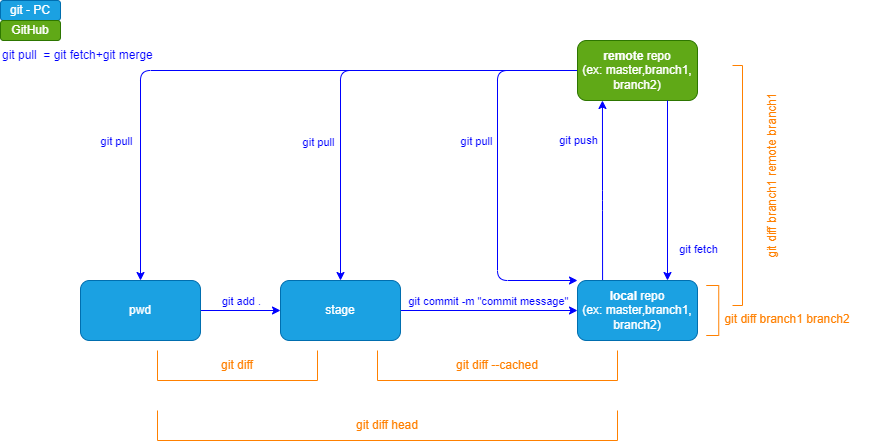
Before: img/workflow-git.drawio.png, a diagram exported from draw.io (rickey-alok/techwriter-go-to-doc). Source tidied: cells renumbered, new cells last; positions are measured from the earlier drawing's top-left corner, leaving out a move shared by most shapes.
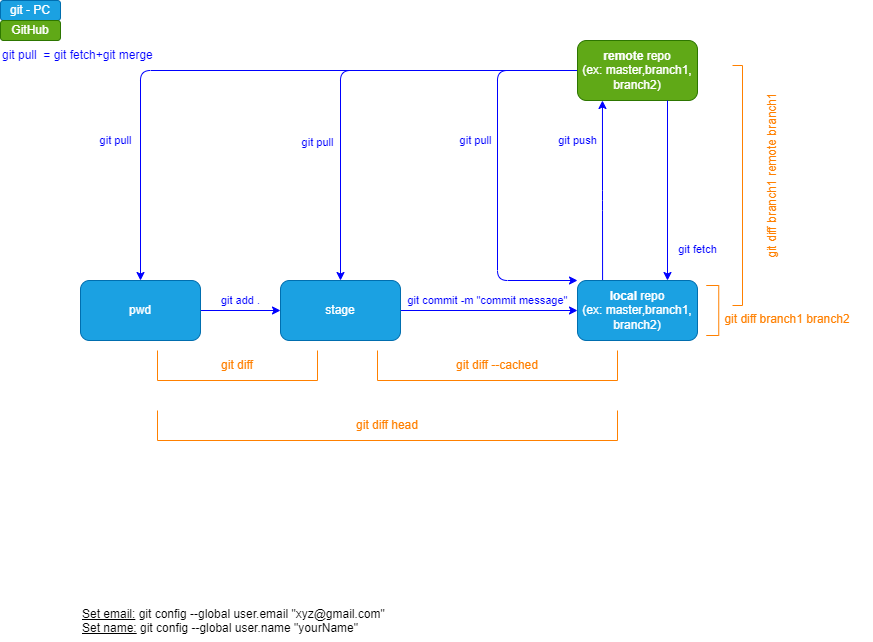
After the change.

The edit, as a diff of the source:
```diff
@@ -117,5 +117,8 @@
     <mxCell id="29" value="git diff branch1 remote branch1" style="text;html=1;strokeColor=none;fillColor=none;align=center;verticalAlign=middle;whiteSpace=wrap;rounded=0;fontColor=#FF8000;rotation=-90;" parent="1" vertex="1">
       <mxGeometry x="687" y="160" width="170" height="30" as="geometry" />
     </mxCell>
+    <mxCell id="30" value="&lt;u&gt;Set email:&lt;/u&gt;&amp;nbsp;git config --global user.email &quot;xyz@gmail.com&quot;&lt;br&gt;&lt;u&gt;Set name:&lt;/u&gt;&amp;nbsp;git config --global user.name &quot;yourName&quot;" style="text;whiteSpace=wrap;html=1;" parent="1" vertex="1">
+      <mxGeometry x="80" y="600" width="420" height="40" as="geometry" />
+    </mxCell>
   </root>
 </mxGraphModel>
```
